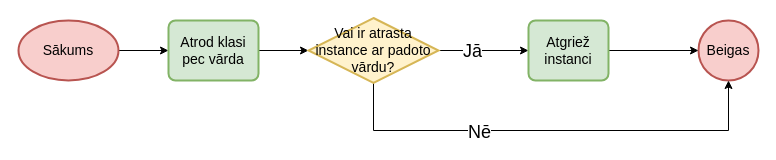
Before: page "Instances dzēšana" (6 of 10) of src/Qualification project/Documentation/Diagrammas/WebMemory.drawio in artiks12/webAppOS, a draw.io diagram. Source tidied: cells renumbered, new cells numbered last; positions are measured from the earlier drawing's top-left corner, leaving out a move shared by most shapes. Both pictures are drawn from the tidied source at 100%, with x=0, y=0 at pixel (18, 18).
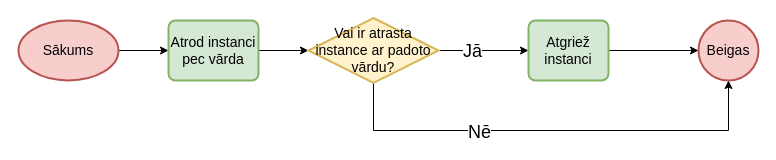
The same page after the edit.

What changed in the source:
```diff
@@
 <mxGraphModel>
   <root>
     <mxCell id="0" />
     <mxCell id="1" parent="0" />
     <mxCell id="2" style="edgeStyle=orthogonalEdgeStyle;rounded=0;jettySize=auto;html=1;entryX=0;entryY=0.5;entryDx=0;entryDy=0;" parent="1" edge="1" source="3" target="6">
       <mxGeometry relative="1" as="geometry" />
     </mxCell>
     <mxCell id="3" value="Sākums" style="strokeWidth=2;html=1;shape=mxgraph.flowchart.start_1;whiteSpace=wrap;fontSize=14;fillColor=#f8cecc;strokeColor=#b85450;" parent="1" vertex="1">
       <mxGeometry y="2" width="100" height="60" as="geometry" />
     </mxCell>
     <mxCell id="4" value="Beigas" style="strokeWidth=2;html=1;shape=mxgraph.flowchart.start_2;whiteSpace=wrap;fontSize=14;fillColor=#f8cecc;strokeColor=#b85450;" parent="1" vertex="1">
       <mxGeometry x="680" y="2" width="60" height="60" as="geometry" />
     </mxCell>
     <mxCell id="5" style="edgeStyle=orthogonalEdgeStyle;rounded=0;jettySize=auto;html=1;entryX=0;entryY=0.5;entryDx=0;entryDy=0;entryPerimeter=0;" parent="1" edge="1" source="6" target="13">
       <mxGeometry relative="1" as="geometry" />
     </mxCell>
-    <mxCell id="6" value="Atrod klasi pec vārda" style="rounded=1;whiteSpace=wrap;html=1;absoluteArcSize=1;arcSize=14;strokeWidth=2;fontSize=14;fillColor=#d5e8d4;strokeColor=#82b366;" parent="1" vertex="1">
+    <mxCell id="6" value="Atrod instanci pec vārda" style="rounded=1;whiteSpace=wrap;html=1;absoluteArcSize=1;arcSize=14;strokeWidth=2;fontSize=14;fillColor=#d5e8d4;strokeColor=#82b366;" parent="1" vertex="1">
       <mxGeometry x="150" y="2" width="90" height="60" as="geometry" />
     </mxCell>
     <mxCell id="7" style="edgeStyle=orthogonalEdgeStyle;rounded=0;jettySize=auto;html=1;exitX=1;exitY=0.5;exitDx=0;exitDy=0;exitPerimeter=0;" parent="1" edge="1" source="13" target="10">
       <mxGeometry relative="1" as="geometry" />
     </mxCell>
     <mxCell id="8" value="&lt;font style=&quot;font-size: 18px&quot;&gt;Jā&lt;/font&gt;" style="edgeLabel;html=1;align=center;verticalAlign=middle;" parent="7" vertex="1">
       <mxGeometry x="-0.27" relative="1" as="geometry" />
     </mxCell>
     <mxCell id="9" style="edgeStyle=orthogonalEdgeStyle;rounded=0;jettySize=auto;html=1;entryX=0;entryY=0.5;entryDx=0;entryDy=0;entryPerimeter=0;" parent="1" edge="1" source="10" target="4">
       <mxGeometry relative="1" as="geometry" />
     </mxCell>
     <mxCell id="10" value="Atgriež instanci" style="rounded=1;whiteSpace=wrap;html=1;absoluteArcSize=1;arcSize=14;strokeWidth=2;fontSize=14;fillColor=#d5e8d4;strokeColor=#82b366;" parent="1" vertex="1">
       <mxGeometry x="510" y="2" width="80" height="60" as="geometry" />
     </mxCell>
     <mxCell id="11" style="edgeStyle=orthogonalEdgeStyle;rounded=0;jettySize=auto;html=1;entryX=0.5;entryY=1;entryDx=0;entryDy=0;entryPerimeter=0;fontSize=18;" parent="1" edge="1" source="13" target="4">
       <mxGeometry relative="1" as="geometry">
         <Array as="points">
           <mxPoint x="355" y="112" />
           <mxPoint x="710" y="112" />
         </Array>
       </mxGeometry>
     </mxCell>
     <mxCell id="12" value="Nē" style="edgeLabel;html=1;align=center;verticalAlign=middle;fontSize=18;" parent="11" vertex="1">
       <mxGeometry x="-0.33" y="-1" relative="1" as="geometry">
         <mxPoint x="1" as="offset" />
       </mxGeometry>
     </mxCell>
     <mxCell id="13" value="Vai ir atrasta instance ar padoto vārdu?" style="strokeWidth=2;html=1;shape=mxgraph.flowchart.decision;whiteSpace=wrap;fontSize=14;fillColor=#fff2cc;strokeColor=#d6b656;" parent="1" vertex="1">
       <mxGeometry x="290" y="-0.5" width="130" height="65" as="geometry" />
     </mxCell>
   </root>
 </mxGraphModel>
```
